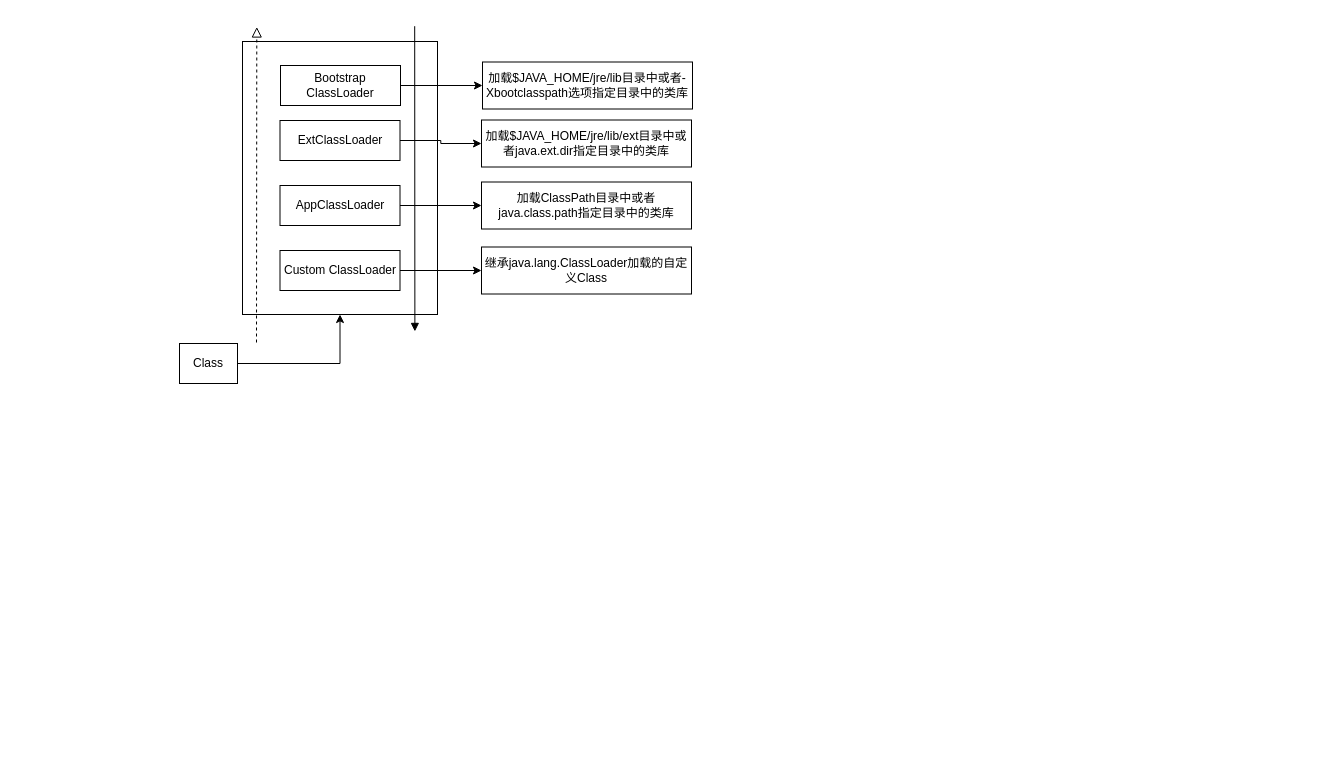
This is page "classLoader" (5 of 5) of WMS.drawio from milesleeknight/DemoList, a draw.io file, before an edit. Source tidied: cells renumbered, new cells numbered last; positions are measured from the earlier drawing's top-left corner, leaving out a move shared by most shapes. Both pictures are drawn from the tidied source at 100%, with x=0, y=0 at pixel (179, 26).
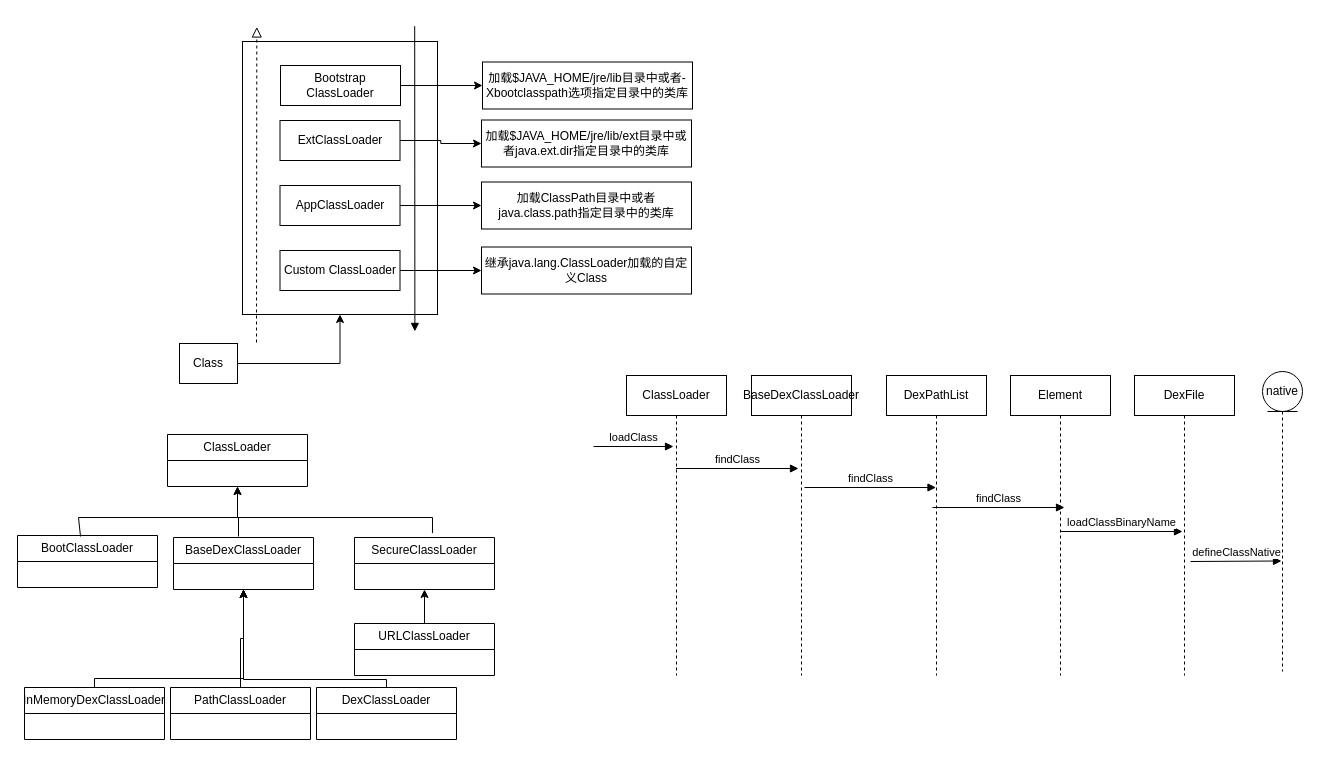
The same page after the edit.

Change to the diagram source:
```diff
@@
+    <mxCell id="19" value="ClassLoader" style="swimlane;fontStyle=0;horizontal=1;startSize=26;fillColor=none;whiteSpace=wrap;html=1;" parent="1" vertex="1">
+      <mxGeometry x="-12" y="408" width="140" height="52" as="geometry" />
+    </mxCell>
+    <mxCell id="20" value="BootClassLoader" style="swimlane;fontStyle=0;horizontal=1;startSize=26;fillColor=none;whiteSpace=wrap;html=1;" parent="1" vertex="1">
+      <mxGeometry x="-162" y="509" width="140" height="52" as="geometry" />
+    </mxCell>
+    <mxCell id="21" value="BaseDexClassLoader" style="swimlane;fontStyle=0;horizontal=1;startSize=26;fillColor=none;whiteSpace=wrap;html=1;" parent="1" vertex="1">
+      <mxGeometry x="-6" y="511" width="140" height="52" as="geometry" />
+    </mxCell>
+    <mxCell id="22" style="endArrow=classic;html=1;rounded=0;entryX=0.5;entryY=1;entryDx=0;entryDy=0;" parent="1" edge="1" target="19">
+      <mxGeometry relative="1" as="geometry">
+        <mxPoint x="-99" y="510" as="sourcePoint" />
+        <Array as="points">
+          <mxPoint x="-101" y="491" />
+          <mxPoint x="58" y="491" />
+        </Array>
+      </mxGeometry>
+    </mxCell>
+    <mxCell id="23" style="endArrow=none;html=1;rounded=0;" parent="1" edge="1">
+      <mxGeometry relative="1" as="geometry">
+        <mxPoint x="59" y="510" as="sourcePoint" />
+        <mxPoint x="59" y="491" as="targetPoint" />
+      </mxGeometry>
+    </mxCell>
+    <mxCell id="24" style="edgeStyle=orthogonalEdgeStyle;rounded=0;jettySize=auto;html=1;entryX=0.5;entryY=1;entryDx=0;entryDy=0;exitX=0.557;exitY=-0.085;exitDx=0;exitDy=0;exitPerimeter=0;" parent="1" edge="1" source="25" target="19">
+      <mxGeometry relative="1" as="geometry">
+        <Array as="points">
+          <mxPoint x="253" y="491" />
+          <mxPoint x="58" y="491" />
+        </Array>
+      </mxGeometry>
+    </mxCell>
+    <mxCell id="25" value="SecureClassLoader" style="swimlane;fontStyle=0;horizontal=1;startSize=26;fillColor=none;whiteSpace=wrap;html=1;" parent="1" vertex="1">
+      <mxGeometry x="175" y="511" width="140" height="52" as="geometry" />
+    </mxCell>
+    <mxCell id="26" style="edgeStyle=orthogonalEdgeStyle;rounded=0;jettySize=auto;html=1;entryX=0.5;entryY=1;entryDx=0;entryDy=0;" parent="1" edge="1" source="27" target="25">
+      <mxGeometry relative="1" as="geometry" />
+    </mxCell>
+    <mxCell id="27" value="URLClassLoader" style="swimlane;fontStyle=0;horizontal=1;startSize=26;fillColor=none;whiteSpace=wrap;html=1;" parent="1" vertex="1">
+      <mxGeometry x="175" y="597" width="140" height="52" as="geometry" />
+    </mxCell>
+    <mxCell id="28" style="edgeStyle=orthogonalEdgeStyle;rounded=0;jettySize=auto;html=1;entryX=0.5;entryY=1;entryDx=0;entryDy=0;exitX=0.5;exitY=0;exitDx=0;exitDy=0;" parent="1" edge="1" source="29" target="21">
+      <mxGeometry relative="1" as="geometry">
+        <Array as="points">
+          <mxPoint x="-85" y="652" />
+          <mxPoint x="64" y="652" />
+        </Array>
+      </mxGeometry>
+    </mxCell>
+    <mxCell id="29" value="InMemoryDexClassLoader" style="swimlane;fontStyle=0;horizontal=1;startSize=26;fillColor=none;whiteSpace=wrap;html=1;" parent="1" vertex="1">
+      <mxGeometry x="-155" y="661" width="140" height="52" as="geometry" />
+    </mxCell>
+    <mxCell id="30" style="edgeStyle=orthogonalEdgeStyle;rounded=0;jettySize=auto;html=1;entryX=0.5;entryY=1;entryDx=0;entryDy=0;" parent="1" edge="1" source="31" target="21">
+      <mxGeometry relative="1" as="geometry" />
+    </mxCell>
+    <mxCell id="31" value="PathClassLoader" style="swimlane;fontStyle=0;horizontal=1;startSize=26;fillColor=none;whiteSpace=wrap;html=1;" parent="1" vertex="1">
+      <mxGeometry x="-9" y="661" width="140" height="52" as="geometry" />
+    </mxCell>
+    <mxCell id="32" style="edgeStyle=orthogonalEdgeStyle;rounded=0;jettySize=auto;html=1;entryX=0.5;entryY=1;entryDx=0;entryDy=0;exitX=0.5;exitY=0;exitDx=0;exitDy=0;" parent="1" edge="1" source="33" target="21">
+      <mxGeometry relative="1" as="geometry">
+        <Array as="points">
+          <mxPoint x="207" y="653" />
+          <mxPoint x="64" y="653" />
+        </Array>
+      </mxGeometry>
+    </mxCell>
+    <mxCell id="33" value="DexClassLoader" style="swimlane;fontStyle=0;horizontal=1;startSize=26;fillColor=none;whiteSpace=wrap;html=1;" parent="1" vertex="1">
+      <mxGeometry x="137" y="661" width="140" height="52" as="geometry" />
+    </mxCell>
+    <mxCell id="34" value="ClassLoader" style="shape=umlLifeline;perimeter=lifelinePerimeter;whiteSpace=wrap;html=1;outlineConnect=0;portConstraint=eastwest;newEdgeStyle={&quot;curved&quot;:0,&quot;rounded&quot;:0};" parent="1" vertex="1">
+      <mxGeometry x="447" y="349" width="100" height="300" as="geometry" />
+    </mxCell>
+    <mxCell id="35" value="BaseDexClassLoader" style="shape=umlLifeline;perimeter=lifelinePerimeter;whiteSpace=wrap;html=1;newEdgeStyle={&quot;curved&quot;:0,&quot;rounded&quot;:0};" parent="1" vertex="1">
+      <mxGeometry x="572" y="349" width="100" height="300" as="geometry" />
+    </mxCell>
+    <mxCell id="36" value="DexPathList" style="shape=umlLifeline;perimeter=lifelinePerimeter;whiteSpace=wrap;html=1;outlineConnect=0;portConstraint=eastwest;newEdgeStyle={&quot;curved&quot;:0,&quot;rounded&quot;:0};" parent="1" vertex="1">
+      <mxGeometry x="707" y="349" width="100" height="300" as="geometry" />
+    </mxCell>
+    <mxCell id="37" value="Element" style="shape=umlLifeline;perimeter=lifelinePerimeter;whiteSpace=wrap;html=1;outlineConnect=0;portConstraint=eastwest;newEdgeStyle={&quot;curved&quot;:0,&quot;rounded&quot;:0};" parent="1" vertex="1">
+      <mxGeometry x="831" y="349" width="100" height="300" as="geometry" />
+    </mxCell>
+    <mxCell id="38" value="DexFile" style="shape=umlLifeline;perimeter=lifelinePerimeter;whiteSpace=wrap;html=1;newEdgeStyle={&quot;curved&quot;:0,&quot;rounded&quot;:0};" parent="1" vertex="1">
+      <mxGeometry x="955" y="349" width="100" height="300" as="geometry" />
+    </mxCell>
+    <mxCell id="39" value="loadClass" style="html=1;verticalAlign=bottom;endArrow=block;curved=0;rounded=0;" parent="1" edge="1">
+      <mxGeometry relative="1" as="geometry">
+        <mxPoint x="414" y="420" as="sourcePoint" />
+        <mxPoint x="494" y="420" as="targetPoint" />
+      </mxGeometry>
+    </mxCell>
+    <mxCell id="40" value="findClass" style="html=1;verticalAlign=bottom;endArrow=block;curved=0;rounded=0;" parent="1" edge="1" source="34">
+      <mxGeometry relative="1" as="geometry">
+        <mxPoint x="619" y="442" as="targetPoint" />
+      </mxGeometry>
+    </mxCell>
+    <mxCell id="41" value="findClass" style="html=1;verticalAlign=bottom;endArrow=block;curved=0;rounded=0;" parent="1" edge="1" target="36">
+      <mxGeometry relative="1" as="geometry">
+        <mxPoint x="625" y="461" as="sourcePoint" />
+      </mxGeometry>
+    </mxCell>
+    <mxCell id="42" value="findClass" style="html=1;verticalAlign=bottom;endArrow=block;curved=0;rounded=0;" parent="1" edge="1">
+      <mxGeometry relative="1" as="geometry">
+        <mxPoint x="753" y="481" as="sourcePoint" />
+        <mxPoint x="885" y="481" as="targetPoint" />
+      </mxGeometry>
+    </mxCell>
+    <mxCell id="43" value="loadClassBinaryName" style="html=1;verticalAlign=bottom;endArrow=block;curved=0;rounded=0;" parent="1" edge="1" source="37">
+      <mxGeometry relative="1" as="geometry">
+        <mxPoint x="1003" y="505" as="targetPoint" />
+      </mxGeometry>
+    </mxCell>
+    <mxCell id="44" value="native" style="shape=umlLifeline;perimeter=lifelinePerimeter;whiteSpace=wrap;html=1;newEdgeStyle={&quot;curved&quot;:0,&quot;rounded&quot;:0};participant=umlEntity;" parent="1" vertex="1">
+      <mxGeometry x="1083" y="345" width="40" height="300" as="geometry" />
+    </mxCell>
+    <mxCell id="45" value="defineClassNative" style="html=1;verticalAlign=bottom;endArrow=block;curved=0;rounded=0;" parent="1" edge="1">
+      <mxGeometry relative="1" as="geometry">
+        <mxPoint x="1011" y="535" as="sourcePoint" />
+        <mxPoint x="1102" y="534.5" as="targetPoint" />
+      </mxGeometry>
+    </mxCell>
```
